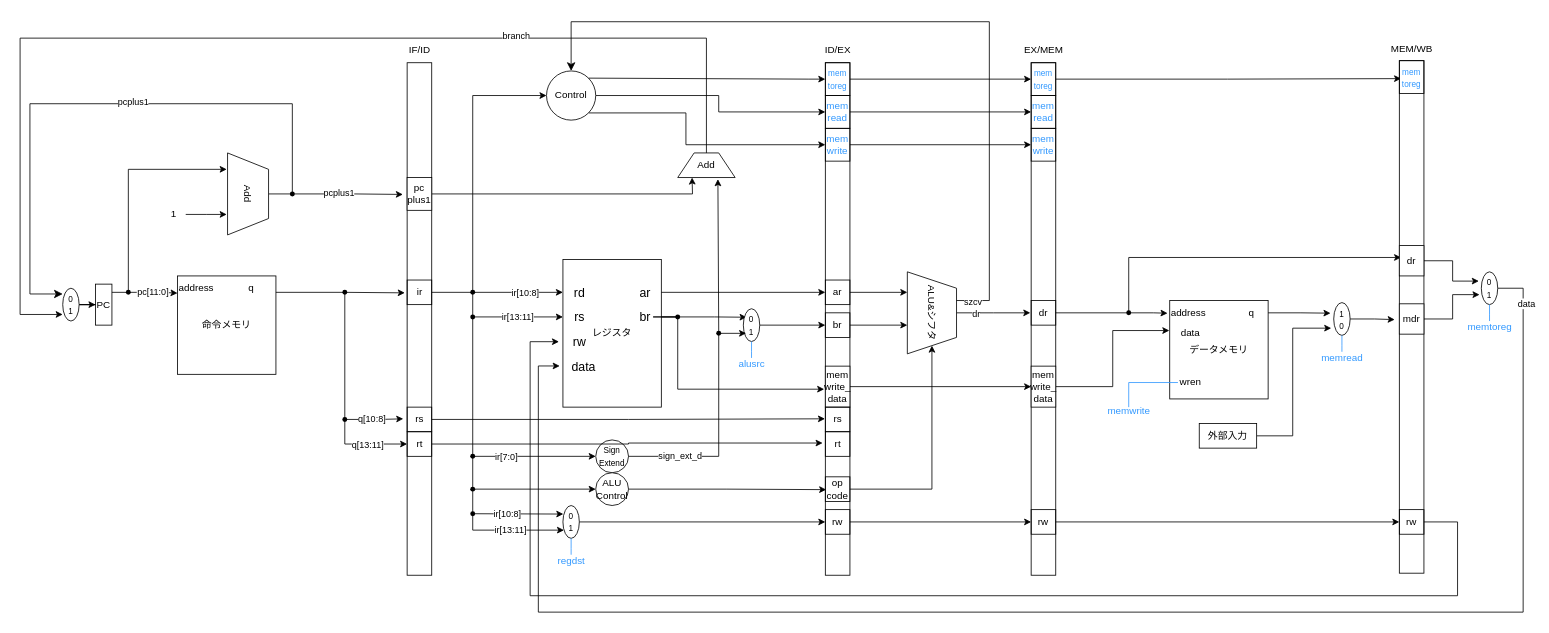
HirokiYasuda03/Quartus keeps this draw.io diagram as Screenshots/名称未設定ファイル.drawio. Above is the earlier version. Source tidied: cells renumbered, new cells numbered last; positions are measured from the earlier drawing's top-left corner, leaving out a move shared by most shapes. Both pictures are drawn from the tidied source at 82%, with x=0, y=0 at pixel (20, 21).
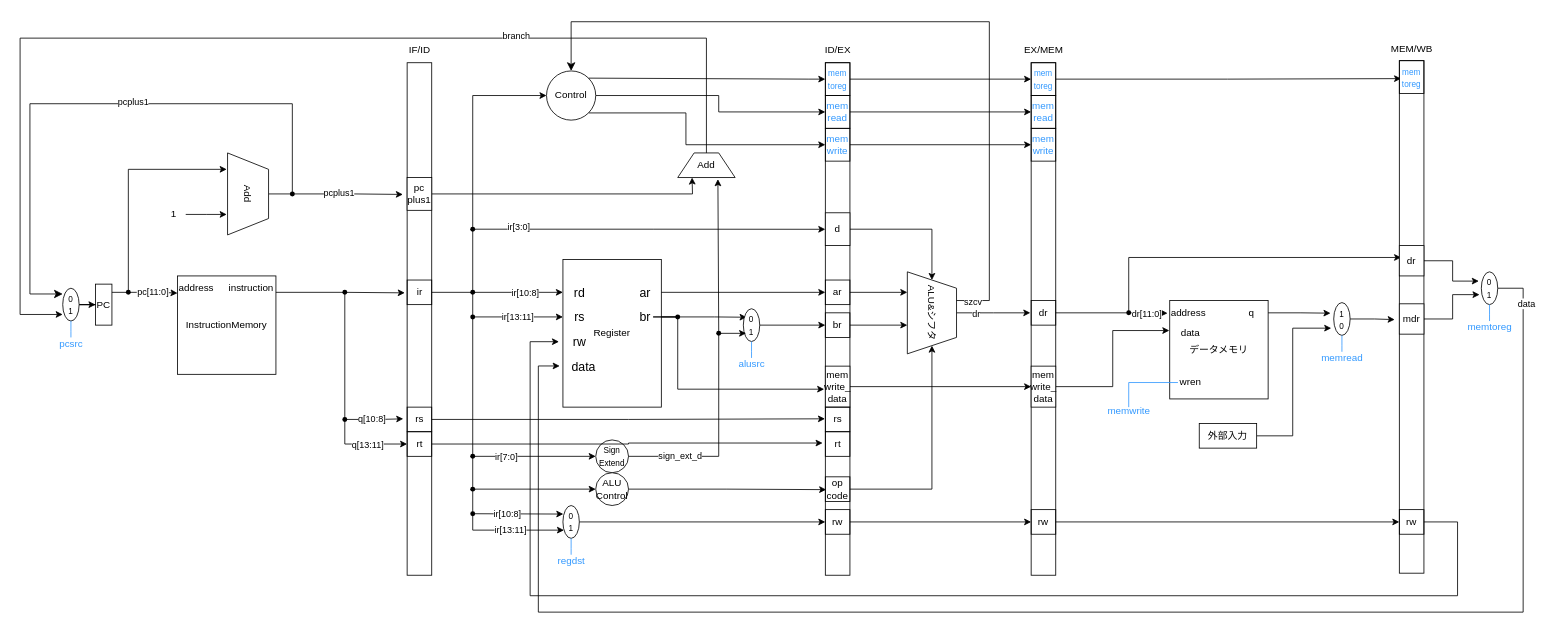
Above is the later version.

Commit message:
名称未設定ファイル.drawio を更新します

Unchanged cells that the change refers to:
```xml
<mxCell id="31" style="shape=waypoint;sketch=0;fillStyle=solid;size=6;points=[];fillColor=none;perimeter=centerPerimeter;snapToPoint=1;" parent="1" vertex="1">
  <mxGeometry x="542" y="320" width="20" height="20" as="geometry" />
</mxCell>
<mxCell id="49" style="rounded=0;whiteSpace=wrap;html=1;" parent="1" vertex="1">
  <mxGeometry x="982" y="50" width="30" height="625" as="geometry" />
</mxCell>
<mxCell id="79" value="Control" style="ellipse;whiteSpace=wrap;html=1;" parent="1" vertex="1">
  <mxGeometry x="642" y="60" width="60" height="60" as="geometry" />
</mxCell>
<mxCell id="86" style="edgeStyle=orthogonalEdgeStyle;rounded=0;jettySize=auto;html=1;entryX=-0.022;entryY=0.129;entryDx=0;entryDy=0;entryPerimeter=0;" parent="1" edge="1" source="113" target="100">
  <mxGeometry relative="1" as="geometry" />
</mxCell>
<mxCell id="96" value="ALU&amp;amp;シフタ" style="shape=trapezoid;perimeter=trapezoidPerimeter;whiteSpace=wrap;html=1;fixedSize=1;rotation=90;" parent="1" vertex="1">
  <mxGeometry x="1062" y="325" width="100" height="60" as="geometry" />
</mxCell>
```

The edit, as a diff of the source:
```diff
@@
-    <mxCell id="3" value="命令メモリ" style="whiteSpace=wrap;html=1;" parent="1" vertex="1">
+    <mxCell id="3" value="InstructionMemory" style="whiteSpace=wrap;html=1;" parent="1" vertex="1">
       <mxGeometry x="192" y="310" width="120" height="120" as="geometry" />
     </mxCell>
@@
-    <mxCell id="6" value="q" style="text;html=1;strokeColor=none;fillColor=none;align=center;verticalAlign=middle;whiteSpace=wrap;rounded=0;" parent="1" vertex="1">
+    <mxCell id="6" value="instruction" style="text;html=1;strokeColor=none;fillColor=none;align=center;verticalAlign=middle;whiteSpace=wrap;rounded=0;" parent="1" vertex="1">
       <mxGeometry x="252" y="310" width="60" height="30" as="geometry" />
     </mxCell>
@@
-    <mxCell id="22" value="レジスタ" style="rounded=0;whiteSpace=wrap;html=1;" parent="1" vertex="1">
+    <mxCell id="22" value="Register" style="rounded=0;whiteSpace=wrap;html=1;" parent="1" vertex="1">
       <mxGeometry x="662" y="290" width="120" height="180" as="geometry" />
     </mxCell>
@@
-    <mxCell id="30" style="edgeStyle=orthogonalEdgeStyle;rounded=0;jettySize=auto;html=1;entryX=0;entryY=0.5;entryDx=0;entryDy=0;" parent="1" edge="1" source="31" target="79">
+    <mxCell id="30" style="edgeStyle=orthogonalEdgeStyle;rounded=0;jettySize=auto;html=1;entryX=0;entryY=0.5;entryDx=0;entryDy=0;" parent="1" edge="1" source="171" target="79">
       <mxGeometry relative="1" as="geometry">
         <Array as="points">
           <mxPoint x="552" y="90" />
         </Array>
       </mxGeometry>
     </mxCell>
@@
+    <mxCell id="164" value="dr[11:0]" style="edgeLabel;html=1;align=center;verticalAlign=middle;" parent="86" vertex="1">
+      <mxGeometry x="-0.12" y="-1" relative="1" as="geometry" />
+    </mxCell>
@@
+    <mxCell id="165" style="endArrow=none;html=1;rounded=0;strokeColor=#3399FF;" parent="1" edge="1" source="167">
+      <mxGeometry relative="1" as="geometry">
+        <mxPoint x="62" y="365" as="targetPoint" />
+      </mxGeometry>
+    </mxCell>
+    <mxCell id="166" style="endArrow=none;html=1;rounded=0;strokeColor=#3399FF;" parent="1" edge="1" target="167">
+      <mxGeometry relative="1" as="geometry">
+        <mxPoint x="62" y="385" as="sourcePoint" />
+      </mxGeometry>
+    </mxCell>
+    <mxCell id="167" value="&lt;font color=&quot;#3399ff&quot;&gt;pcsrc&lt;/font&gt;" style="text;html=1;align=center;verticalAlign=middle;points=[];strokeColor=none;fillColor=none;" parent="1" vertex="1">
+      <mxGeometry x="37" y="377.5" width="50" height="30" as="geometry" />
+    </mxCell>
+    <mxCell id="168" style="edgeStyle=orthogonalEdgeStyle;rounded=0;jettySize=auto;html=1;entryDx=0;entryDy=0;endArrow=none;endFill=0;" parent="1" edge="1" source="31" target="171">
+      <mxGeometry relative="1" as="geometry" />
+    </mxCell>
+    <mxCell id="169" style="edgeStyle=orthogonalEdgeStyle;rounded=0;jettySize=auto;html=1;entryX=0;entryY=0.325;entryDx=0;entryDy=0;entryPerimeter=0;" parent="1" edge="1" source="171" target="49">
+      <mxGeometry relative="1" as="geometry" />
+    </mxCell>
+    <mxCell id="170" value="ir[3:0]" style="edgeLabel;html=1;align=center;verticalAlign=middle;" parent="169" vertex="1">
+      <mxGeometry x="-0.75" y="3" relative="1" as="geometry">
+        <mxPoint x="1" as="offset" />
+      </mxGeometry>
+    </mxCell>
+    <mxCell id="171" style="shape=waypoint;sketch=0;fillStyle=solid;size=6;points=[];fillColor=none;perimeter=centerPerimeter;snapToPoint=1;" parent="1" vertex="1">
+      <mxGeometry x="542" y="243" width="20" height="20" as="geometry" />
+    </mxCell>
+    <mxCell id="172" style="edgeStyle=orthogonalEdgeStyle;rounded=0;jettySize=auto;html=1;entryX=0;entryY=0.5;entryDx=0;entryDy=0;" parent="1" edge="1" source="173" target="96">
+      <mxGeometry relative="1" as="geometry" />
+    </mxCell>
+    <mxCell id="173" value="d" style="whiteSpace=wrap;html=1;" parent="1" vertex="1">
+      <mxGeometry x="982" y="233" width="30" height="40" as="geometry" />
+    </mxCell>
```
